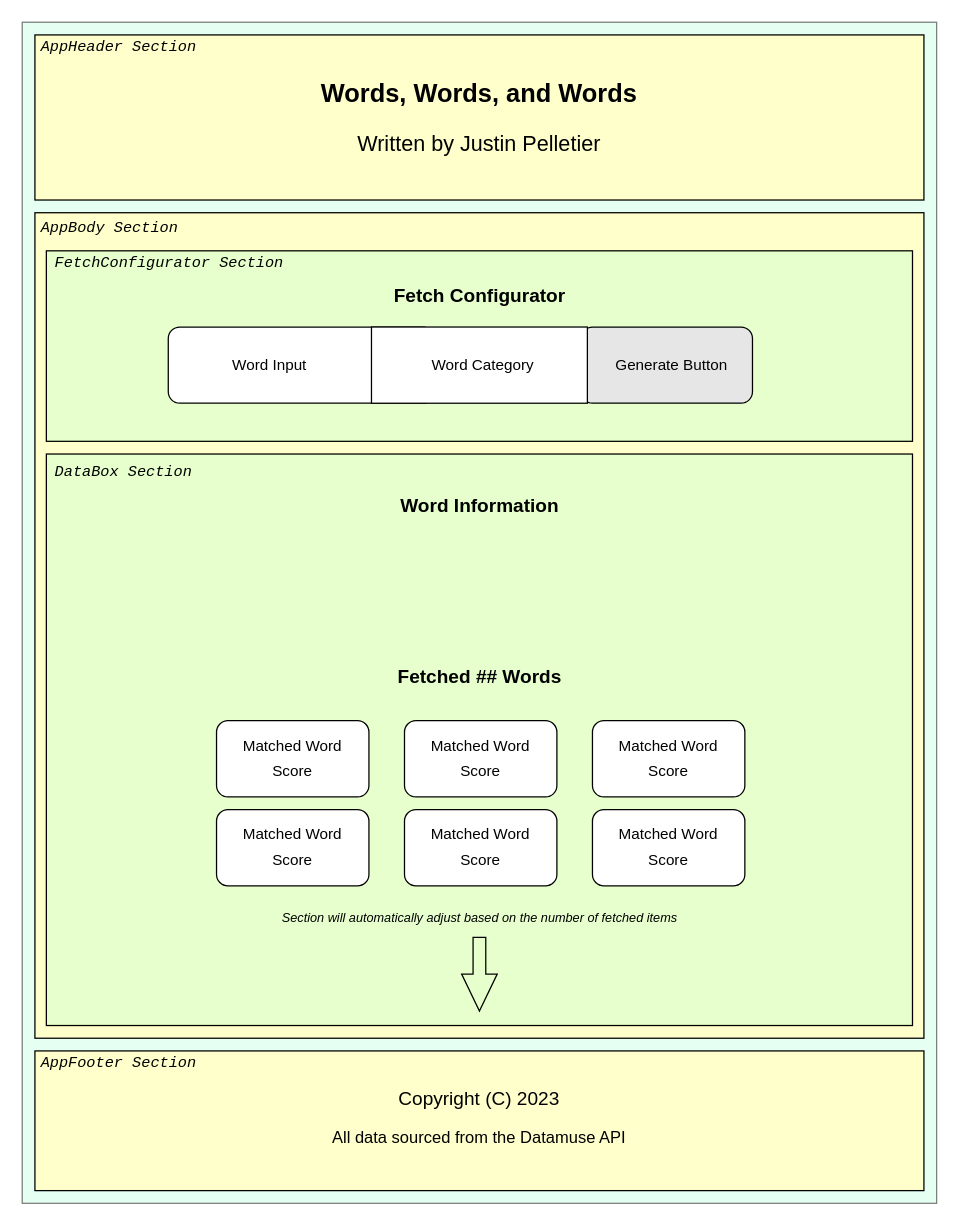
This is documentation/wireframe.drawio from jpell3/csci-6655-final-exam-vue, a draw.io file, before an edit. Source tidied: cells renumbered, new cells numbered last; positions are measured from the earlier drawing's top-left corner, leaving out a move shared by most shapes. Both pictures are drawn from the tidied source at 127%, with x=0, y=0 at pixel (22, 22).
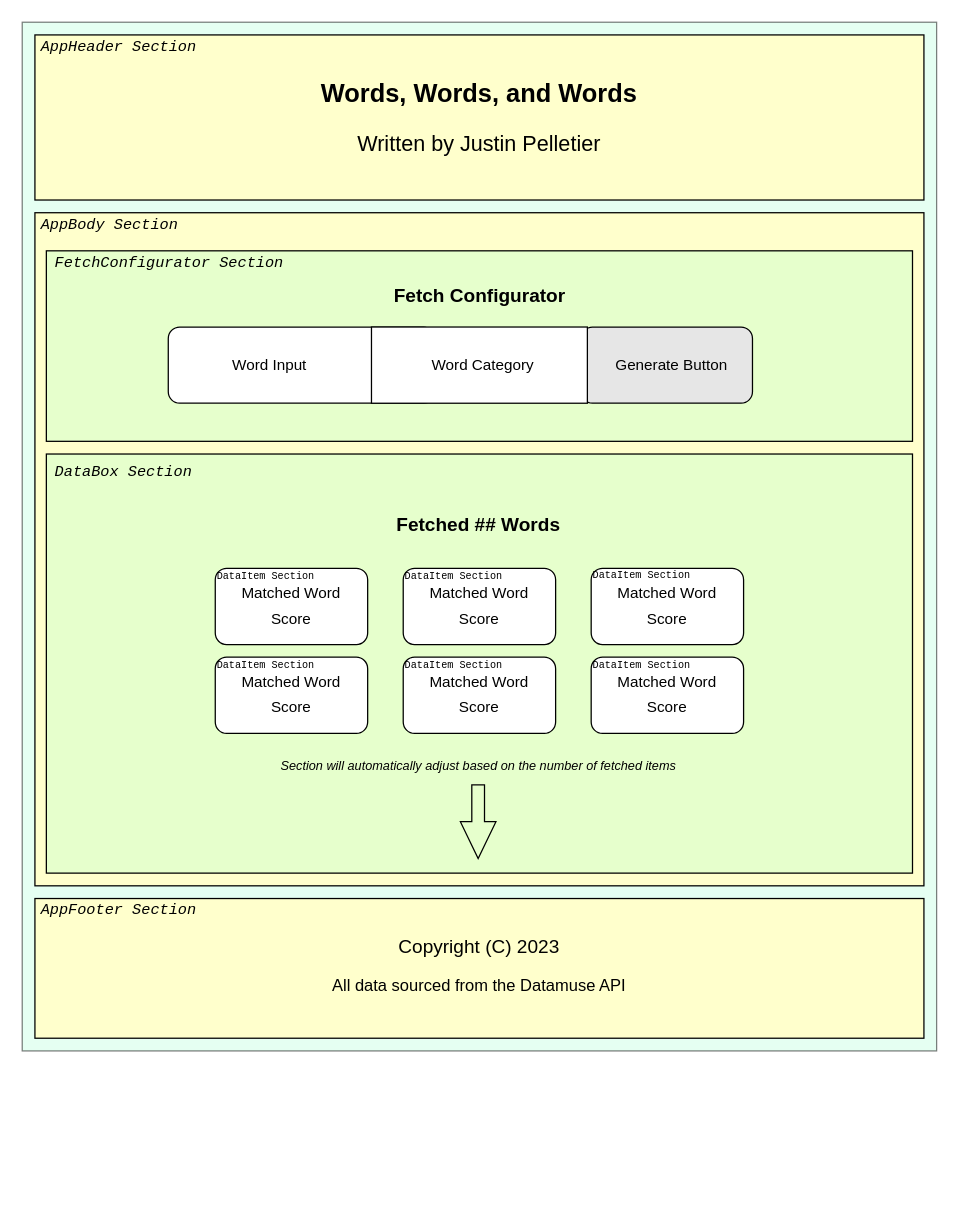
After the change.

The change refers to these unchanged cells:
```xml
<mxCell id="11" style="group;" parent="10" vertex="1">
  <mxGeometry width="120" height="60" as="geometry" />
</mxCell>
<mxCell id="15" style="group;" parent="10" vertex="1">
  <mxGeometry x="148" width="120" height="60" as="geometry" />
</mxCell>
<mxCell id="19" style="group;" parent="10" vertex="1">
  <mxGeometry x="296" width="120" height="60" as="geometry" />
</mxCell>
<mxCell id="23" style="group;" parent="10" vertex="1">
  <mxGeometry y="70" width="120" height="60" as="geometry" />
</mxCell>
<mxCell id="27" style="group;" parent="10" vertex="1">
  <mxGeometry x="148" y="70" width="120" height="60" as="geometry" />
</mxCell>
<mxCell id="32" style="group;" parent="10" vertex="1">
  <mxGeometry x="296" y="70" width="120" height="60" as="geometry" />
</mxCell>
```

The edit, as a diff of the source:
```diff
@@
     <mxCell id="2" style="rounded=0;whiteSpace=wrap;html=1;opacity=50;fillColor=#CCFFE6;" parent="1" vertex="1">
-      <mxGeometry width="720" height="930" as="geometry" />
+      <mxGeometry width="720" height="810" as="geometry" />
     </mxCell>
     <mxCell id="3" style="group;" parent="1" vertex="1">
-      <mxGeometry x="10" y="150" width="700" height="650" as="geometry" />
+      <mxGeometry x="10" y="150" width="700" height="530" as="geometry" />
     </mxCell>
     <mxCell id="4" style="rounded=0;whiteSpace=wrap;html=1;fillColor=#FFFFCC;" parent="3" vertex="1">
-      <mxGeometry width="700" height="650" as="geometry" />
+      <mxGeometry width="700" height="530" as="geometry" />
     </mxCell>
     <mxCell id="5" value="&lt;pre&gt;&lt;i&gt;AppBody Section&lt;/i&gt;&lt;/pre&gt;" style="text;html=1;strokeColor=none;fillColor=none;align=left;verticalAlign=middle;whiteSpace=wrap;rounded=0;" parent="3" vertex="1">
-      <mxGeometry x="3" width="130" height="25" as="geometry" />
+      <mxGeometry x="3" width="130" height="20.4" as="geometry" />
     </mxCell>
     <mxCell id="6" style="rounded=0;whiteSpace=wrap;html=1;fillColor=#E6FFCC;" parent="1" vertex="1">
-      <mxGeometry x="19" y="340" width="682" height="450" as="geometry" />
+      <mxGeometry x="19" y="340" width="682" height="330" as="geometry" />
     </mxCell>
@@
     <mxCell id="8" value="&lt;font style=&quot;font-size: 15px;&quot;&gt;&lt;b&gt;Fetched ## Words&lt;/b&gt;&lt;/font&gt;" style="text;html=1;strokeColor=none;fillColor=none;align=center;verticalAlign=middle;whiteSpace=wrap;rounded=0;" parent="1" vertex="1">
-      <mxGeometry x="287.5" y="500" width="145" height="30" as="geometry" />
+      <mxGeometry x="286.5" y="380" width="145" height="30" as="geometry" />
     </mxCell>
     <mxCell id="9" value="&lt;font style=&quot;font-size: 10px;&quot;&gt;&lt;i&gt;Section will automatically adjust based on the number of fetched items&lt;/i&gt;&lt;/font&gt;" style="text;html=1;strokeColor=none;fillColor=none;align=center;verticalAlign=middle;whiteSpace=wrap;rounded=0;" parent="1" vertex="1">
-      <mxGeometry x="167.5" y="690" width="385" height="30" as="geometry" />
+      <mxGeometry x="166.5" y="570" width="385" height="30" as="geometry" />
     </mxCell>
     <mxCell id="10" style="group;" parent="1" vertex="1">
-      <mxGeometry x="153" y="550" width="416" height="130" as="geometry" />
+      <mxGeometry x="152" y="430" width="416" height="130" as="geometry" />
     </mxCell>
@@
+    <mxCell id="58" value="&lt;pre&gt;&lt;font style=&quot;font-size: 8px;&quot;&gt;DataItem Section&lt;/font&gt;&lt;/pre&gt;" style="text;html=1;strokeColor=none;fillColor=none;align=center;verticalAlign=middle;whiteSpace=wrap;rounded=0;" parent="11" vertex="1">
+      <mxGeometry x="-15" y="-9" width="110" height="30" as="geometry" />
+    </mxCell>
@@
+    <mxCell id="59" value="&lt;pre&gt;&lt;font style=&quot;font-size: 8px;&quot;&gt;DataItem Section&lt;/font&gt;&lt;/pre&gt;" style="text;html=1;strokeColor=none;fillColor=none;align=center;verticalAlign=middle;whiteSpace=wrap;rounded=0;" parent="15" vertex="1">
+      <mxGeometry x="-15" y="-9" width="110" height="30" as="geometry" />
+    </mxCell>
@@
+    <mxCell id="60" value="&lt;pre&gt;&lt;font style=&quot;font-size: 8px;&quot;&gt;DataItem Section&lt;/font&gt;&lt;/pre&gt;" style="text;html=1;strokeColor=none;fillColor=none;align=center;verticalAlign=middle;whiteSpace=wrap;rounded=0;" parent="19" vertex="1">
+      <mxGeometry x="-15" y="-10" width="110" height="30" as="geometry" />
+    </mxCell>
@@
+    <mxCell id="61" value="&lt;pre&gt;&lt;font style=&quot;font-size: 8px;&quot;&gt;DataItem Section&lt;/font&gt;&lt;/pre&gt;" style="text;html=1;strokeColor=none;fillColor=none;align=center;verticalAlign=middle;whiteSpace=wrap;rounded=0;" parent="23" vertex="1">
+      <mxGeometry x="-15" y="-9" width="110" height="30" as="geometry" />
+    </mxCell>
@@
+    <mxCell id="62" value="&lt;pre&gt;&lt;font style=&quot;font-size: 8px;&quot;&gt;DataItem Section&lt;/font&gt;&lt;/pre&gt;" style="text;html=1;strokeColor=none;fillColor=none;align=center;verticalAlign=middle;whiteSpace=wrap;rounded=0;" parent="27" vertex="1">
+      <mxGeometry x="-15" y="-9" width="110" height="30" as="geometry" />
+    </mxCell>
@@
+    <mxCell id="63" value="&lt;pre&gt;&lt;font style=&quot;font-size: 8px;&quot;&gt;DataItem Section&lt;/font&gt;&lt;/pre&gt;" style="text;html=1;strokeColor=none;fillColor=none;align=center;verticalAlign=middle;whiteSpace=wrap;rounded=0;" parent="32" vertex="1">
+      <mxGeometry x="-15" y="-9" width="110" height="30" as="geometry" />
+    </mxCell>
     <mxCell id="36" style="group;" parent="1" vertex="1">
-      <mxGeometry x="10" y="810" width="700" height="110" as="geometry" />
+      <mxGeometry x="10" y="690" width="700" height="110" as="geometry" />
     </mxCell>
@@
-    <mxCell id="57" value="&lt;font style=&quot;font-size: 15px;&quot;&gt;&lt;b&gt;Word Information&lt;/b&gt;&lt;/font&gt;" style="text;html=1;strokeColor=none;fillColor=none;align=center;verticalAlign=middle;whiteSpace=wrap;rounded=0;" parent="1" vertex="1">
-      <mxGeometry x="287.5" y="365" width="145" height="30" as="geometry" />
-    </mxCell>
```
